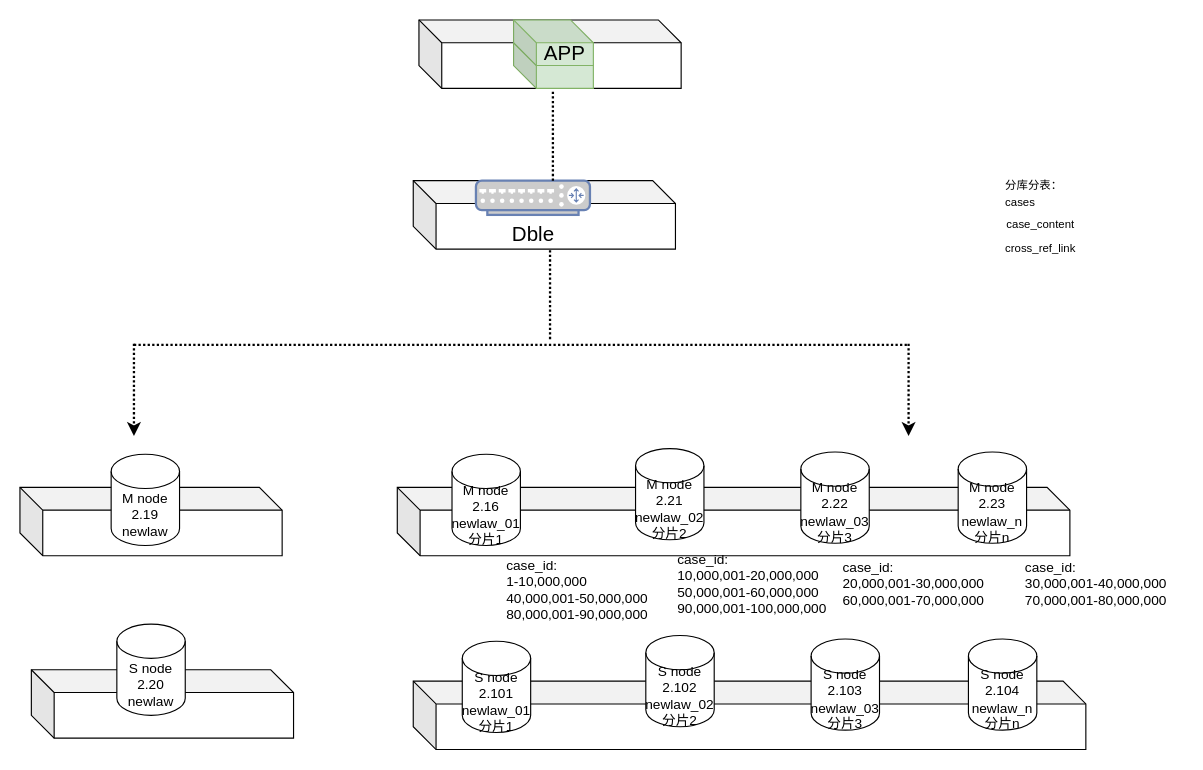
Earlier version of the draw.io diagram dble.drawio (leiting6/diagrams). Source tidied: cells renumbered, new cells numbered last; positions are measured from the earlier drawing's top-left corner, leaving out a move shared by most shapes. Both pictures are drawn from the tidied source at 114%, with x=0, y=0 at pixel (19, 19).
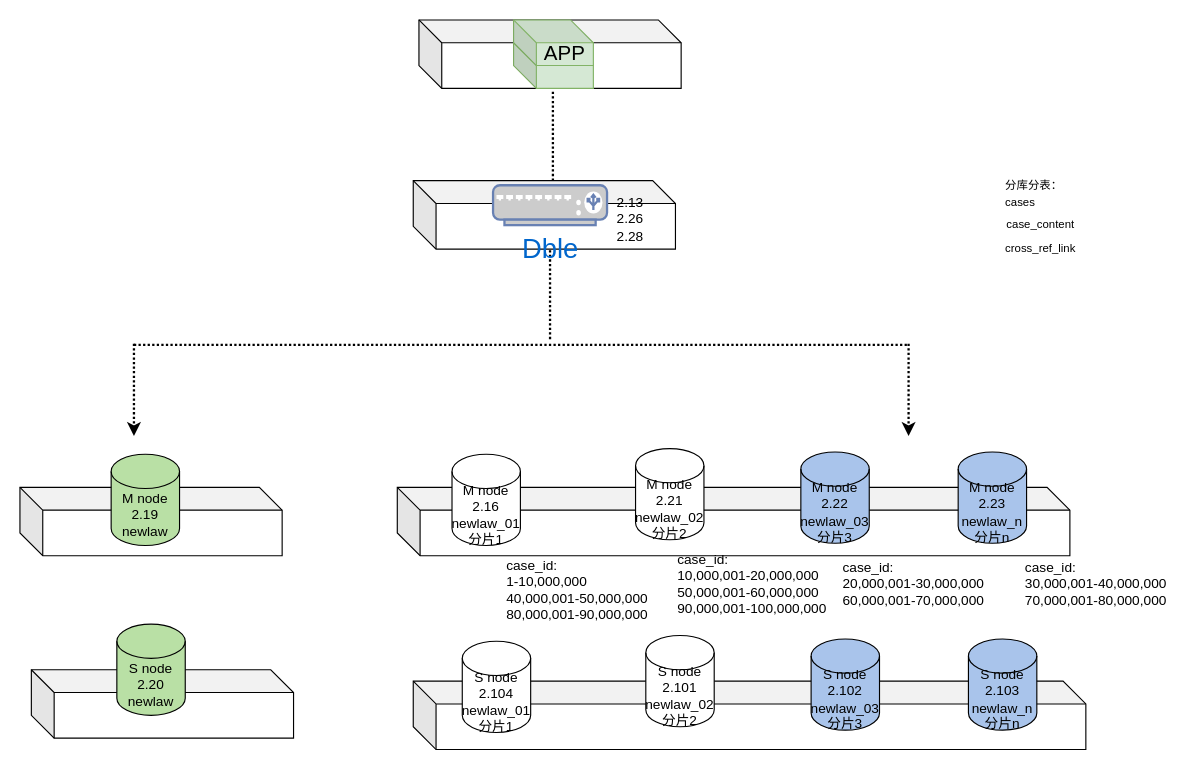
The same diagram, later.

Diff of the diagram source:
```diff
@@
-    <mxCell id="4" value="M node 2.22&lt;br&gt;newlaw_03&lt;br&gt;分片3" style="shape=cylinder3;whiteSpace=wrap;html=1;boundedLbl=1;backgroundOutline=1;size=15;" parent="1" vertex="1">
+    <mxCell id="4" value="M node 2.22&lt;br&gt;newlaw_03&lt;br&gt;分片3" style="shape=cylinder3;whiteSpace=wrap;html=1;boundedLbl=1;backgroundOutline=1;size=15;fillColor=#A9C4EB;" parent="1" vertex="1">
       <mxGeometry x="685" y="379" width="60" height="80" as="geometry" />
     </mxCell>
-    <mxCell id="5" value="M node 2.23&lt;br&gt;newlaw_n&lt;br&gt;分片n" style="shape=cylinder3;whiteSpace=wrap;html=1;boundedLbl=1;backgroundOutline=1;size=15;" parent="1" vertex="1">
+    <mxCell id="5" value="M node 2.23&lt;br&gt;newlaw_n&lt;br&gt;分片n" style="shape=cylinder3;whiteSpace=wrap;html=1;boundedLbl=1;backgroundOutline=1;size=15;fillColor=#A9C4EB;" parent="1" vertex="1">
       <mxGeometry x="823" y="379" width="60" height="80" as="geometry" />
     </mxCell>
@@
-    <mxCell id="8" value="M node 2.19&lt;br&gt;newlaw" style="shape=cylinder3;whiteSpace=wrap;html=1;boundedLbl=1;backgroundOutline=1;size=15;" parent="1" vertex="1">
+    <mxCell id="8" value="M node 2.19&lt;br&gt;newlaw" style="shape=cylinder3;whiteSpace=wrap;html=1;boundedLbl=1;backgroundOutline=1;size=15;fillColor=#B9E0A5;" parent="1" vertex="1">
       <mxGeometry x="80" y="381" width="60" height="80" as="geometry" />
     </mxCell>
@@
-    <mxCell id="14" value="S node 2.20&lt;br&gt;newlaw" style="shape=cylinder3;whiteSpace=wrap;html=1;boundedLbl=1;backgroundOutline=1;size=15;" parent="1" vertex="1">
+    <mxCell id="14" value="S node 2.20&lt;br&gt;newlaw" style="shape=cylinder3;whiteSpace=wrap;html=1;boundedLbl=1;backgroundOutline=1;size=15;fillColor=#B9E0A5;" parent="1" vertex="1">
       <mxGeometry x="85" y="530" width="60" height="80" as="geometry" />
     </mxCell>
@@
-    <mxCell id="16" value="S node 2.102&lt;br&gt;newlaw_02&lt;br&gt;分片2" style="shape=cylinder3;whiteSpace=wrap;html=1;boundedLbl=1;backgroundOutline=1;size=15;" parent="1" vertex="1">
+    <mxCell id="16" value="S node 2.101&lt;br&gt;newlaw_02&lt;br&gt;分片2" style="shape=cylinder3;whiteSpace=wrap;html=1;boundedLbl=1;backgroundOutline=1;size=15;" parent="1" vertex="1">
       <mxGeometry x="549" y="540" width="60" height="80" as="geometry" />
     </mxCell>
-    <mxCell id="17" value="S node 2.103&lt;br&gt;newlaw_03&lt;br&gt;分片3" style="shape=cylinder3;whiteSpace=wrap;html=1;boundedLbl=1;backgroundOutline=1;size=15;" parent="1" vertex="1">
+    <mxCell id="17" value="S node 2.102&lt;br&gt;newlaw_03&lt;br&gt;分片3" style="shape=cylinder3;whiteSpace=wrap;html=1;boundedLbl=1;backgroundOutline=1;size=15;fillColor=#A9C4EB;" parent="1" vertex="1">
       <mxGeometry x="694" y="543" width="60" height="80" as="geometry" />
     </mxCell>
-    <mxCell id="18" value="S node 2.104&lt;br&gt;newlaw_n&lt;br&gt;分片n" style="shape=cylinder3;whiteSpace=wrap;html=1;boundedLbl=1;backgroundOutline=1;size=15;" parent="1" vertex="1">
+    <mxCell id="18" value="S node 2.103&lt;br&gt;newlaw_n&lt;br&gt;分片n" style="shape=cylinder3;whiteSpace=wrap;html=1;boundedLbl=1;backgroundOutline=1;size=15;fillColor=#A9C4EB;" parent="1" vertex="1">
       <mxGeometry x="832" y="543" width="60" height="80" as="geometry" />
     </mxCell>
-    <mxCell id="19" value="S node 2.101&lt;br&gt;newlaw_01&lt;br&gt;分片1" style="shape=cylinder3;whiteSpace=wrap;html=1;boundedLbl=1;backgroundOutline=1;size=15;" parent="1" vertex="1">
+    <mxCell id="19" value="S node 2.104&lt;br&gt;newlaw_01&lt;br&gt;分片1" style="shape=cylinder3;whiteSpace=wrap;html=1;boundedLbl=1;backgroundOutline=1;size=15;" parent="1" vertex="1">
       <mxGeometry x="388" y="545" width="60" height="80" as="geometry" />
     </mxCell>
@@
-    <mxCell id="24" value="&lt;font style=&quot;font-size: 18px&quot; color=&quot;#000000&quot;&gt;Dble&lt;/font&gt;" style="fontColor=#0066CC;verticalAlign=top;verticalLabelPosition=bottom;labelPosition=center;align=center;html=1;fillColor=#CCCCCC;strokeColor=#6881B3;gradientColor=none;gradientDirection=north;strokeWidth=2;shape=mxgraph.networks.router;" parent="1" vertex="1">
-      <mxGeometry x="400" y="141" width="100" height="30" as="geometry" />
-    </mxCell>
@@
+    <mxCell id="24" value="&lt;font style=&quot;font-size: 24px&quot;&gt;Dble&lt;/font&gt;" style="fontColor=#0066CC;verticalAlign=top;verticalLabelPosition=bottom;labelPosition=center;align=center;html=1;fillColor=#CCCCCC;strokeColor=#6881B3;gradientColor=none;gradientDirection=north;strokeWidth=2;shape=mxgraph.networks.load_balancer;" parent="1" vertex="1">
+      <mxGeometry x="415" y="145" width="100" height="35" as="geometry" />
+    </mxCell>
+    <mxCell id="31" value="2.13&lt;br&gt;2.26&lt;br&gt;2.28" style="text;html=1;align=center;verticalAlign=middle;fillColor=none;strokeColor=none;rounded=0;fontSize=12;" parent="1" vertex="1">
+      <mxGeometry x="515" y="150" width="40" height="50" as="geometry" />
+    </mxCell>
```
